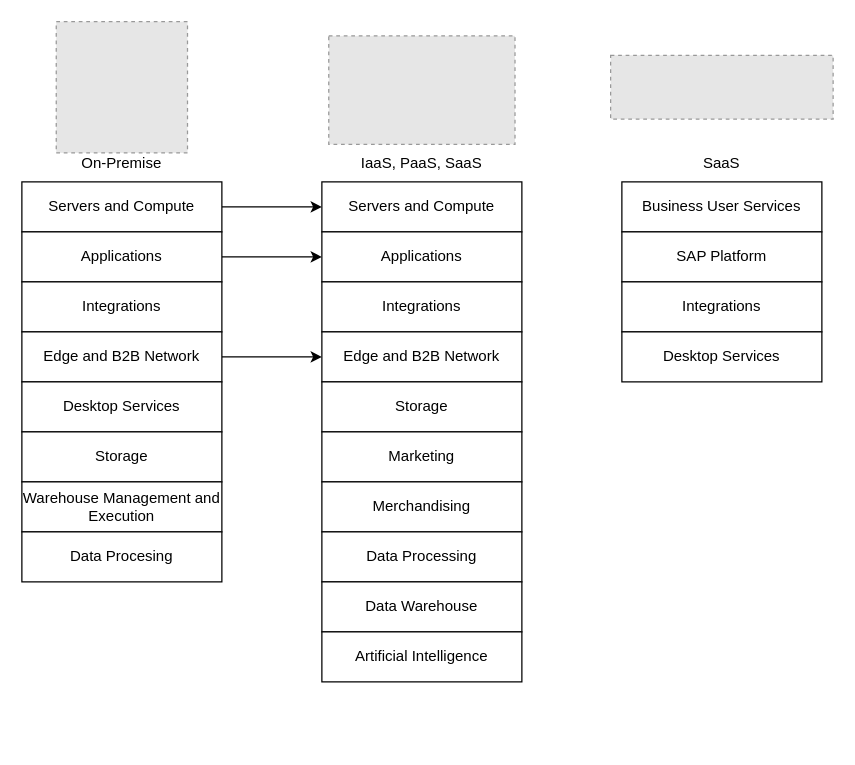
The draw.io diagram page "Cloud Positions" (1 of 3) of images/strategy.drawio in bpayt2/temp, before the edit. Source tidied: cells renumbered, new cells numbered last; positions are measured from the earlier drawing's top-left corner, leaving out a move shared by most shapes. Both pictures are drawn from the tidied source at 125%, with x=0, y=0 at pixel (21, 21). Pictures stored in the file or linked from it are replaced by grey dashed boxes.
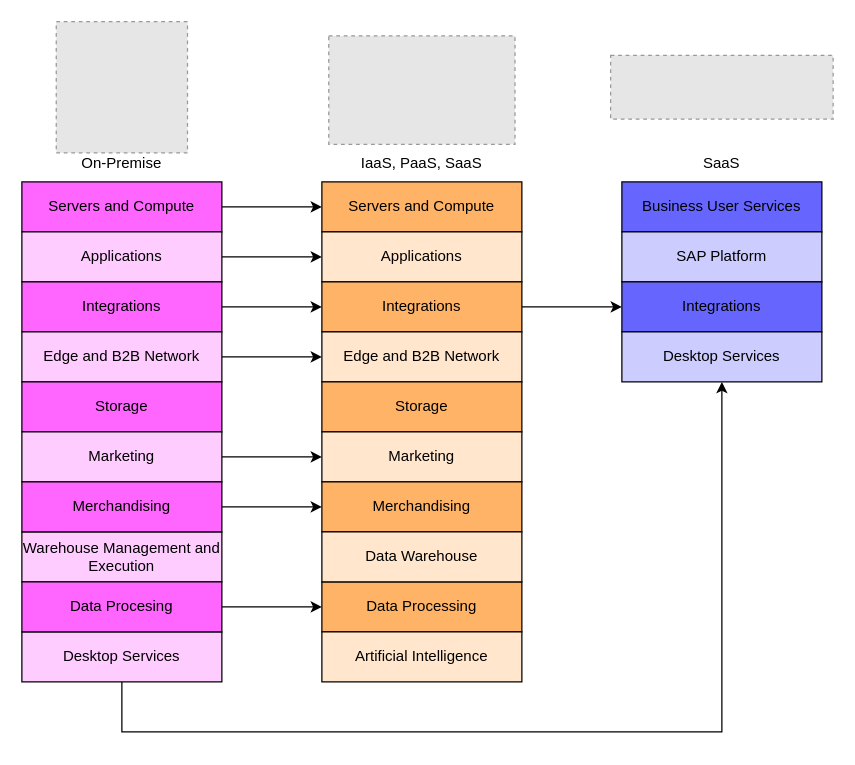
Above is the later version.

Change to the diagram source:
```diff
@@
-    <mxCell id="3" value="Servers and Compute" style="rounded=0;whiteSpace=wrap;html=1;" parent="1" vertex="1">
+    <mxCell id="3" value="Servers and Compute" style="rounded=0;whiteSpace=wrap;html=1;fillColor=#FF66FF;" parent="1" vertex="1">
       <mxGeometry y="128" width="160" height="40" as="geometry" />
     </mxCell>
@@
-    <mxCell id="5" value="Applications" style="rounded=0;whiteSpace=wrap;html=1;" parent="1" vertex="1">
+    <mxCell id="5" value="Applications" style="rounded=0;whiteSpace=wrap;html=1;fillColor=#FFCCFF;" parent="1" vertex="1">
       <mxGeometry y="168" width="160" height="40" as="geometry" />
     </mxCell>
+    <mxCell id="33" style="edgeStyle=orthogonalEdgeStyle;rounded=0;jettySize=auto;html=1;exitX=1;exitY=0.5;exitDx=0;exitDy=0;" parent="1" edge="1" source="6" target="14">
+      <mxGeometry relative="1" as="geometry" />
+    </mxCell>
-    <mxCell id="6" value="Integrations" style="rounded=0;whiteSpace=wrap;html=1;" parent="1" vertex="1">
+    <mxCell id="6" value="Integrations" style="rounded=0;whiteSpace=wrap;html=1;fillColor=#FF66FF;" parent="1" vertex="1">
       <mxGeometry y="208" width="160" height="40" as="geometry" />
     </mxCell>
@@
-    <mxCell id="8" value="Edge and B2B Network" style="rounded=0;whiteSpace=wrap;html=1;" parent="1" vertex="1">
+    <mxCell id="8" value="Edge and B2B Network" style="rounded=0;whiteSpace=wrap;html=1;fillColor=#FFCCFF;" parent="1" vertex="1">
       <mxGeometry y="248" width="160" height="40" as="geometry" />
     </mxCell>
-    <mxCell id="9" value="Desktop Services" style="rounded=0;whiteSpace=wrap;html=1;" parent="1" vertex="1">
-      <mxGeometry y="288" width="160" height="40" as="geometry" />
+    <mxCell id="9" value="Desktop Services" style="rounded=0;whiteSpace=wrap;html=1;fillColor=#FFCCFF;" parent="1" vertex="1">
+      <mxGeometry y="488" width="160" height="40" as="geometry" />
     </mxCell>
-    <mxCell id="10" value="Storage" style="rounded=0;whiteSpace=wrap;html=1;" parent="1" vertex="1">
-      <mxGeometry y="328" width="160" height="40" as="geometry" />
+    <mxCell id="10" value="Storage" style="rounded=0;whiteSpace=wrap;html=1;fillColor=#FF66FF;" parent="1" vertex="1">
+      <mxGeometry y="288" width="160" height="40" as="geometry" />
     </mxCell>
-    <mxCell id="11" value="Warehouse Management and Execution" style="rounded=0;whiteSpace=wrap;html=1;" parent="1" vertex="1">
-      <mxGeometry y="368" width="160" height="40" as="geometry" />
+    <mxCell id="11" value="Warehouse Management and Execution" style="rounded=0;whiteSpace=wrap;html=1;fillColor=#FFCCFF;" parent="1" vertex="1">
+      <mxGeometry y="408" width="160" height="40" as="geometry" />
     </mxCell>
-    <mxCell id="12" value="Servers and Compute" style="rounded=0;whiteSpace=wrap;html=1;" parent="1" vertex="1">
+    <mxCell id="12" value="Servers and Compute" style="rounded=0;whiteSpace=wrap;html=1;fillColor=#FFB366;" parent="1" vertex="1">
       <mxGeometry x="240" y="128" width="160" height="40" as="geometry" />
     </mxCell>
-    <mxCell id="13" value="Applications" style="rounded=0;whiteSpace=wrap;html=1;" parent="1" vertex="1">
+    <mxCell id="13" value="Applications" style="rounded=0;whiteSpace=wrap;html=1;fillColor=#FFE6CC;" parent="1" vertex="1">
       <mxGeometry x="240" y="168" width="160" height="40" as="geometry" />
     </mxCell>
+    <mxCell id="34" style="edgeStyle=orthogonalEdgeStyle;rounded=0;jettySize=auto;html=1;exitX=1;exitY=0.5;exitDx=0;exitDy=0;entryX=0;entryY=0.5;entryDx=0;entryDy=0;" parent="1" edge="1" source="14" target="23">
+      <mxGeometry relative="1" as="geometry" />
+    </mxCell>
-    <mxCell id="14" value="Integrations" style="rounded=0;whiteSpace=wrap;html=1;" parent="1" vertex="1">
+    <mxCell id="14" value="Integrations" style="rounded=0;whiteSpace=wrap;html=1;fillColor=#FFB366;" parent="1" vertex="1">
       <mxGeometry x="240" y="208" width="160" height="40" as="geometry" />
     </mxCell>
-    <mxCell id="15" value="Edge and B2B Network" style="rounded=0;whiteSpace=wrap;html=1;" parent="1" vertex="1">
+    <mxCell id="15" value="Edge and B2B Network" style="rounded=0;whiteSpace=wrap;html=1;fillColor=#FFE6CC;" parent="1" vertex="1">
       <mxGeometry x="240" y="248" width="160" height="40" as="geometry" />
     </mxCell>
-    <mxCell id="16" value="Storage" style="rounded=0;whiteSpace=wrap;html=1;" parent="1" vertex="1">
+    <mxCell id="16" value="Storage" style="rounded=0;whiteSpace=wrap;html=1;fillColor=#FFB366;" parent="1" vertex="1">
       <mxGeometry x="240" y="288" width="160" height="40" as="geometry" />
     </mxCell>
-    <mxCell id="17" value="Marketing" style="rounded=0;whiteSpace=wrap;html=1;" parent="1" vertex="1">
+    <mxCell id="17" value="Marketing" style="rounded=0;whiteSpace=wrap;html=1;fillColor=#FFE6CC;" parent="1" vertex="1">
       <mxGeometry x="240" y="328" width="160" height="40" as="geometry" />
     </mxCell>
-    <mxCell id="18" value="Merchandising" style="rounded=0;whiteSpace=wrap;html=1;" parent="1" vertex="1">
+    <mxCell id="18" value="Merchandising" style="rounded=0;whiteSpace=wrap;html=1;fillColor=#FFB366;" parent="1" vertex="1">
       <mxGeometry x="240" y="368" width="160" height="40" as="geometry" />
     </mxCell>
-    <mxCell id="19" value="Data Processing" style="rounded=0;whiteSpace=wrap;html=1;" parent="1" vertex="1">
-      <mxGeometry x="240" y="408" width="160" height="40" as="geometry" />
+    <mxCell id="19" value="Data Processing" style="rounded=0;whiteSpace=wrap;html=1;fillColor=#FFB366;" parent="1" vertex="1">
+      <mxGeometry x="240" y="448" width="160" height="40" as="geometry" />
     </mxCell>
-    <mxCell id="20" value="Data Warehouse" style="rounded=0;whiteSpace=wrap;html=1;" parent="1" vertex="1">
-      <mxGeometry x="240" y="448" width="160" height="40" as="geometry" />
+    <mxCell id="20" value="Data Warehouse" style="rounded=0;whiteSpace=wrap;html=1;fillColor=#FFE6CC;" parent="1" vertex="1">
+      <mxGeometry x="240" y="408" width="160" height="40" as="geometry" />
     </mxCell>
-    <mxCell id="21" value="Business User Services" style="rounded=0;whiteSpace=wrap;html=1;" parent="1" vertex="1">
+    <mxCell id="21" value="Business User Services" style="rounded=0;whiteSpace=wrap;html=1;fillColor=#6666FF;" parent="1" vertex="1">
       <mxGeometry x="480" y="128" width="160" height="40" as="geometry" />
     </mxCell>
-    <mxCell id="22" value="SAP Platform" style="rounded=0;whiteSpace=wrap;html=1;" parent="1" vertex="1">
+    <mxCell id="22" value="SAP Platform" style="rounded=0;whiteSpace=wrap;html=1;fillColor=#CCCCFF;" parent="1" vertex="1">
       <mxGeometry x="480" y="168" width="160" height="40" as="geometry" />
     </mxCell>
-    <mxCell id="23" value="Integrations" style="rounded=0;whiteSpace=wrap;html=1;" parent="1" vertex="1">
+    <mxCell id="23" value="Integrations" style="rounded=0;whiteSpace=wrap;html=1;fillColor=#6666FF;" parent="1" vertex="1">
       <mxGeometry x="480" y="208" width="160" height="40" as="geometry" />
     </mxCell>
+    <mxCell id="35" style="edgeStyle=orthogonalEdgeStyle;rounded=0;jettySize=auto;html=1;exitX=0.5;exitY=1;exitDx=0;exitDy=0;entryX=0.5;entryY=1;entryDx=0;entryDy=0;startArrow=classic;startFill=1;endArrow=none;endFill=0;" parent="1" edge="1" source="24" target="9">
+      <mxGeometry relative="1" as="geometry">
+        <Array as="points">
+          <mxPoint x="560" y="568" />
+          <mxPoint x="80" y="568" />
+        </Array>
+      </mxGeometry>
+    </mxCell>
-    <mxCell id="24" value="Desktop Services" style="rounded=0;whiteSpace=wrap;html=1;" parent="1" vertex="1">
+    <mxCell id="24" value="Desktop Services" style="rounded=0;whiteSpace=wrap;html=1;fillColor=#CCCCFF;" parent="1" vertex="1">
       <mxGeometry x="480" y="248" width="160" height="40" as="geometry" />
     </mxCell>
@@
+    <mxCell id="36" style="edgeStyle=orthogonalEdgeStyle;rounded=0;jettySize=auto;html=1;exitX=1;exitY=0.5;exitDx=0;exitDy=0;entryX=0;entryY=0.5;entryDx=0;entryDy=0;" parent="1" edge="1" source="31" target="19">
+      <mxGeometry relative="1" as="geometry" />
+    </mxCell>
-    <mxCell id="31" value="Data Procesing" style="rounded=0;whiteSpace=wrap;html=1;" parent="1" vertex="1">
-      <mxGeometry y="408" width="160" height="40" as="geometry" />
+    <mxCell id="31" value="Data Procesing" style="rounded=0;whiteSpace=wrap;html=1;fillColor=#FF66FF;" parent="1" vertex="1">
+      <mxGeometry y="448" width="160" height="40" as="geometry" />
     </mxCell>
-    <mxCell id="32" value="Artificial Intelligence" style="rounded=0;whiteSpace=wrap;html=1;" parent="1" vertex="1">
+    <mxCell id="32" value="Artificial Intelligence" style="rounded=0;whiteSpace=wrap;html=1;fillColor=#FFE6CC;" parent="1" vertex="1">
       <mxGeometry x="240" y="488" width="160" height="40" as="geometry" />
     </mxCell>
+    <mxCell id="37" style="edgeStyle=orthogonalEdgeStyle;rounded=0;jettySize=auto;html=1;exitX=1;exitY=0.5;exitDx=0;exitDy=0;entryX=0;entryY=0.5;entryDx=0;entryDy=0;" parent="1" edge="1" source="38" target="17">
+      <mxGeometry relative="1" as="geometry" />
+    </mxCell>
+    <mxCell id="38" value="Marketing" style="rounded=0;whiteSpace=wrap;html=1;fillColor=#FFCCFF;" parent="1" vertex="1">
+      <mxGeometry y="328" width="160" height="40" as="geometry" />
+    </mxCell>
+    <mxCell id="39" style="edgeStyle=orthogonalEdgeStyle;rounded=0;jettySize=auto;html=1;exitX=1;exitY=0.5;exitDx=0;exitDy=0;entryX=0;entryY=0.5;entryDx=0;entryDy=0;" parent="1" edge="1" source="40" target="18">
+      <mxGeometry relative="1" as="geometry" />
+    </mxCell>
+    <mxCell id="40" value="Merchandising" style="rounded=0;whiteSpace=wrap;html=1;fillColor=#FF66FF;" parent="1" vertex="1">
+      <mxGeometry y="368" width="160" height="40" as="geometry" />
+    </mxCell>
```
